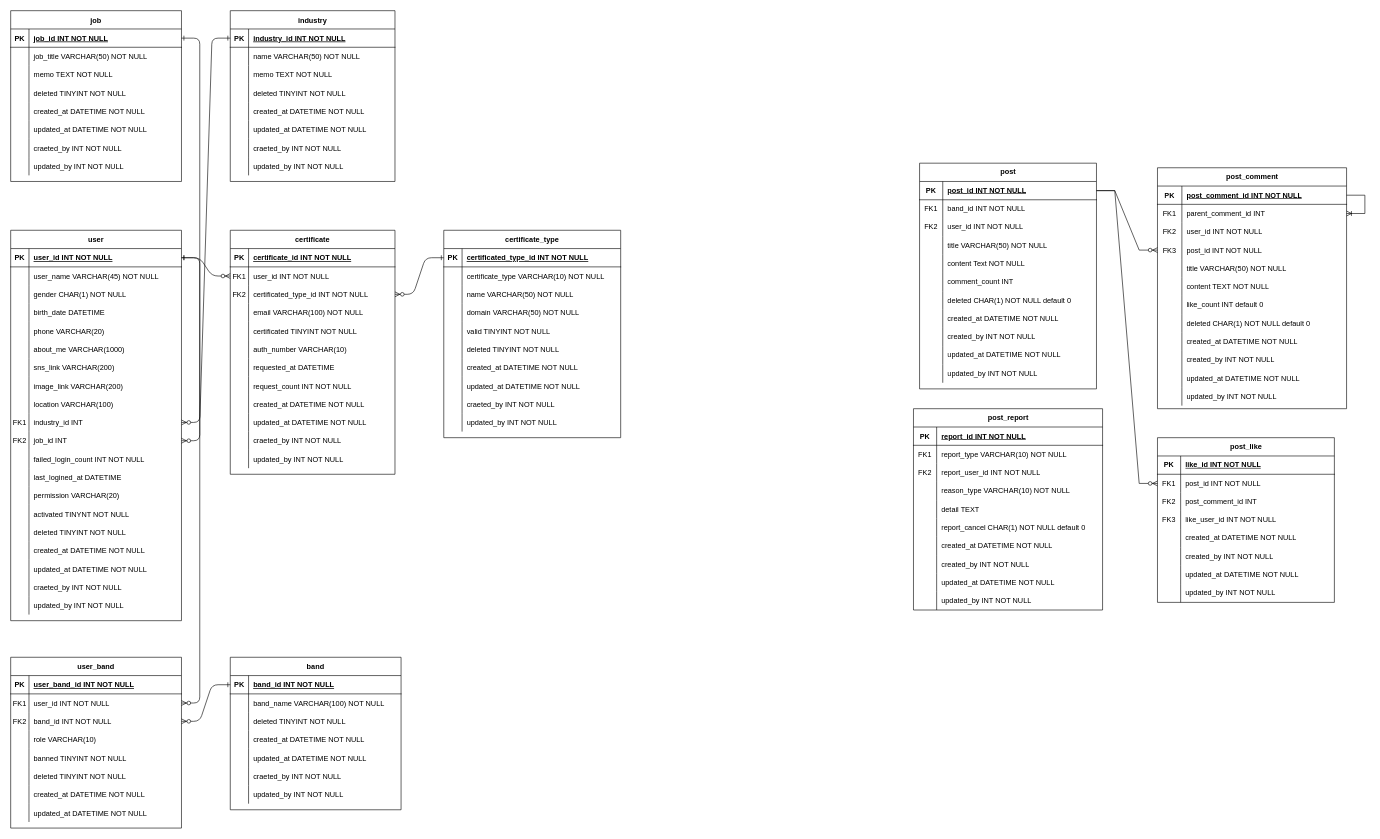
Before: ERD.drawio in Peer-Band/Peer-Band-DB, a draw.io diagram. Source tidied: cells renumbered, new cells numbered last; positions are measured from the earlier drawing's top-left corner, leaving out a move shared by most shapes. Both pictures are drawn from the tidied source at 61%, with x=0, y=0 at pixel (10, 10).
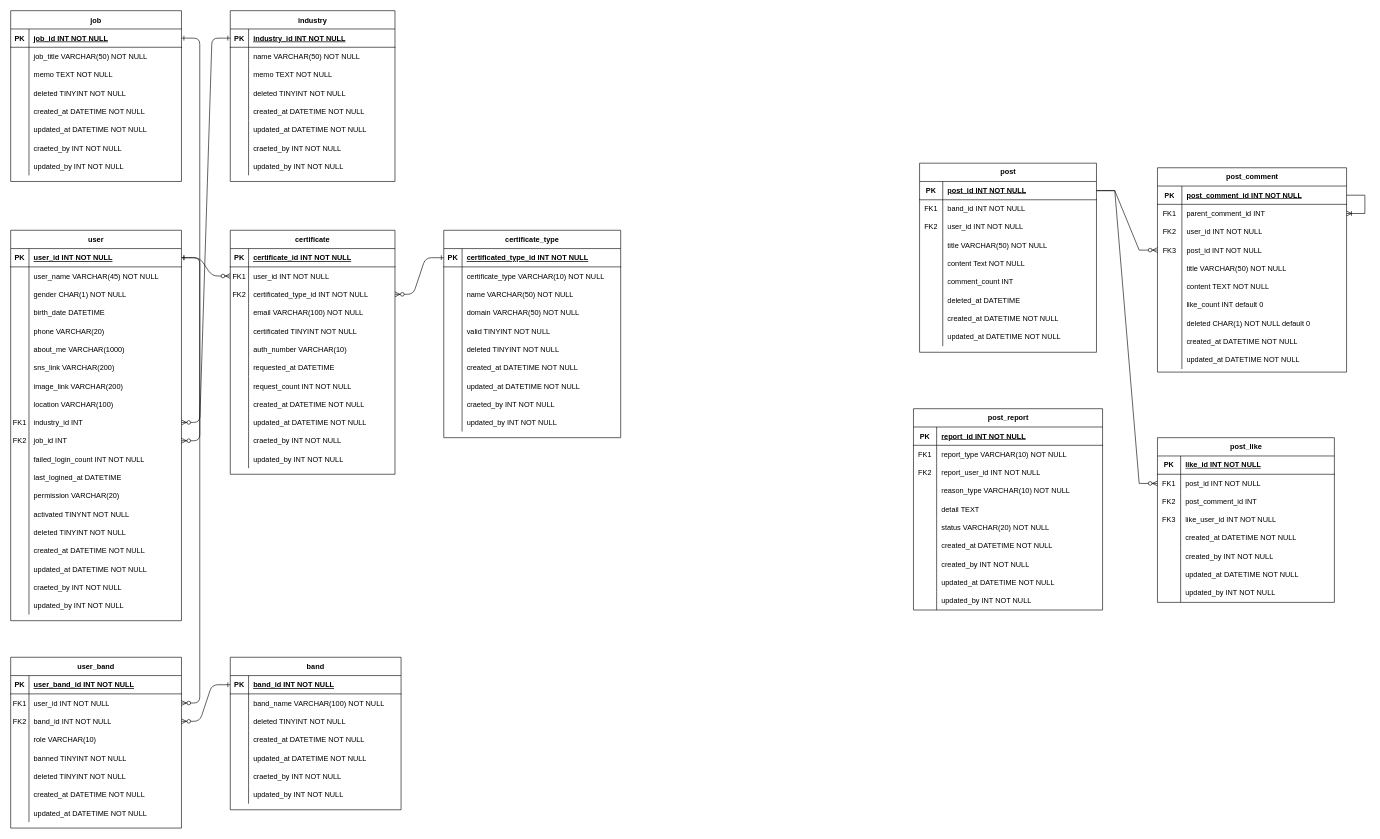
After the change.

The change refers to these unchanged cells:
```xml
<mxCell id="202" style="shape=tableRow;horizontal=0;startSize=0;swimlaneHead=0;swimlaneBody=0;fillColor=none;top=0;left=0;right=0;bottom=0;" parent="183" vertex="1">
  <mxGeometry y="210" width="290" height="30" as="geometry" />
</mxCell>
<mxCell id="272" style="shape=tableRow;horizontal=0;startSize=0;swimlaneHead=0;swimlaneBody=0;fillColor=none;top=0;left=0;right=0;bottom=0;" parent="256" vertex="1">
  <mxGeometry y="180" width="310" height="30" as="geometry" />
</mxCell>
```

Change to the diagram source:
```diff
@@
     <mxCell id="183" value="post" style="shape=table;startSize=30;childLayout=tableLayout;rowLines=0;fontStyle=1;align=center;html=1;" parent="1" vertex="1">
-      <mxGeometry x="1490" y="250" width="290" height="370" as="geometry" />
+      <mxGeometry x="1490" y="250" width="290" height="310" as="geometry" />
     </mxCell>
@@
-    <mxCell id="204" value="deleted&amp;nbsp;CHAR(1) NOT NULL default 0" style="shape=partialRectangle;fillColor=none;top=0;left=0;bottom=0;right=0;align=left;spacingLeft=6;overflow=hidden;whiteSpace=wrap;html=1;" parent="202" vertex="1">
+    <mxCell id="204" value="deleted_at DATETIME" style="shape=partialRectangle;fillColor=none;top=0;left=0;bottom=0;right=0;align=left;spacingLeft=6;overflow=hidden;whiteSpace=wrap;html=1;" parent="202" vertex="1">
       <mxGeometry x="38" width="252" height="30" as="geometry" />
     </mxCell>
@@
-    <mxCell id="208" style="shape=tableRow;horizontal=0;startSize=0;swimlaneHead=0;swimlaneBody=0;fillColor=none;top=0;left=0;right=0;bottom=0;" parent="183" vertex="1">
-      <mxGeometry y="270" width="290" height="30" as="geometry" />
-    </mxCell>
-    <mxCell id="209" style="shape=partialRectangle;fillColor=none;top=0;left=0;bottom=0;right=0;overflow=hidden;whiteSpace=wrap;html=1;" parent="208" vertex="1">
-      <mxGeometry width="38" height="30" as="geometry" />
-    </mxCell>
-    <mxCell id="210" value="created_by INT NOT NULL" style="shape=partialRectangle;fillColor=none;top=0;left=0;bottom=0;right=0;align=left;spacingLeft=6;overflow=hidden;whiteSpace=wrap;html=1;" parent="208" vertex="1">
-      <mxGeometry x="38" width="252" height="30" as="geometry" />
-    </mxCell>
     <mxCell id="211" style="shape=tableRow;horizontal=0;startSize=0;swimlaneHead=0;swimlaneBody=0;fillColor=none;top=0;left=0;right=0;bottom=0;" parent="183" vertex="1">
-      <mxGeometry y="300" width="290" height="30" as="geometry" />
+      <mxGeometry y="270" width="290" height="30" as="geometry" />
     </mxCell>
@@
-    <mxCell id="214" style="shape=tableRow;horizontal=0;startSize=0;swimlaneHead=0;swimlaneBody=0;fillColor=none;top=0;left=0;right=0;bottom=0;" parent="183" vertex="1">
-      <mxGeometry y="330" width="290" height="30" as="geometry" />
-    </mxCell>
-    <mxCell id="215" style="shape=partialRectangle;fillColor=none;top=0;left=0;bottom=0;right=0;overflow=hidden;whiteSpace=wrap;html=1;" parent="214" vertex="1">
-      <mxGeometry width="38" height="30" as="geometry" />
-    </mxCell>
-    <mxCell id="216" value="updated_by INT NOT NULL" style="shape=partialRectangle;fillColor=none;top=0;left=0;bottom=0;right=0;align=left;spacingLeft=6;overflow=hidden;whiteSpace=wrap;html=1;" parent="214" vertex="1">
-      <mxGeometry x="38" width="252" height="30" as="geometry" />
-    </mxCell>
     <mxCell id="217" value="post_comment" style="shape=table;startSize=30;childLayout=tableLayout;rowLines=0;fontStyle=1;align=center;html=1;" parent="1" vertex="1">
-      <mxGeometry x="1880" y="257.5" width="310" height="395" as="geometry" />
+      <mxGeometry x="1880" y="257.5" width="310" height="335" as="geometry" />
     </mxCell>
@@
-    <mxCell id="245" style="shape=tableRow;horizontal=0;startSize=0;swimlaneHead=0;swimlaneBody=0;fillColor=none;top=0;left=0;right=0;bottom=0;" parent="217" vertex="1">
-      <mxGeometry y="300" width="310" height="30" as="geometry" />
-    </mxCell>
-    <mxCell id="246" style="shape=partialRectangle;fillColor=none;top=0;left=0;bottom=0;right=0;overflow=hidden;whiteSpace=wrap;html=1;" parent="245" vertex="1">
-      <mxGeometry width="40" height="30" as="geometry" />
-    </mxCell>
-    <mxCell id="247" value="created_by INT NOT NULL" style="shape=partialRectangle;fillColor=none;top=0;left=0;bottom=0;right=0;align=left;spacingLeft=6;overflow=hidden;whiteSpace=wrap;html=1;" parent="245" vertex="1">
-      <mxGeometry x="40" width="270" height="30" as="geometry" />
-    </mxCell>
     <mxCell id="248" style="shape=tableRow;horizontal=0;startSize=0;swimlaneHead=0;swimlaneBody=0;fillColor=none;top=0;left=0;right=0;bottom=0;" parent="217" vertex="1">
-      <mxGeometry y="330" width="310" height="30" as="geometry" />
+      <mxGeometry y="300" width="310" height="30" as="geometry" />
     </mxCell>
@@
-    <mxCell id="251" style="shape=tableRow;horizontal=0;startSize=0;swimlaneHead=0;swimlaneBody=0;fillColor=none;top=0;left=0;right=0;bottom=0;" parent="217" vertex="1">
-      <mxGeometry y="360" width="310" height="30" as="geometry" />
-    </mxCell>
-    <mxCell id="252" style="shape=partialRectangle;fillColor=none;top=0;left=0;bottom=0;right=0;overflow=hidden;whiteSpace=wrap;html=1;" parent="251" vertex="1">
-      <mxGeometry width="40" height="30" as="geometry" />
-    </mxCell>
-    <mxCell id="253" value="updated_by INT NOT NULL" style="shape=partialRectangle;fillColor=none;top=0;left=0;bottom=0;right=0;align=left;spacingLeft=6;overflow=hidden;whiteSpace=wrap;html=1;" parent="251" vertex="1">
-      <mxGeometry x="40" width="270" height="30" as="geometry" />
-    </mxCell>
@@
-    <mxCell id="274" value="report_cancel CHAR(1) NOT NULL default 0" style="shape=partialRectangle;fillColor=none;top=0;left=0;bottom=0;right=0;align=left;spacingLeft=6;overflow=hidden;whiteSpace=wrap;html=1;" parent="272" vertex="1">
+    <mxCell id="274" value="status VARCHAR(20) NOT NULL" style="shape=partialRectangle;fillColor=none;top=0;left=0;bottom=0;right=0;align=left;spacingLeft=6;overflow=hidden;whiteSpace=wrap;html=1;" parent="272" vertex="1">
       <mxGeometry x="38" width="272" height="30" as="geometry" />
     </mxCell>
```
